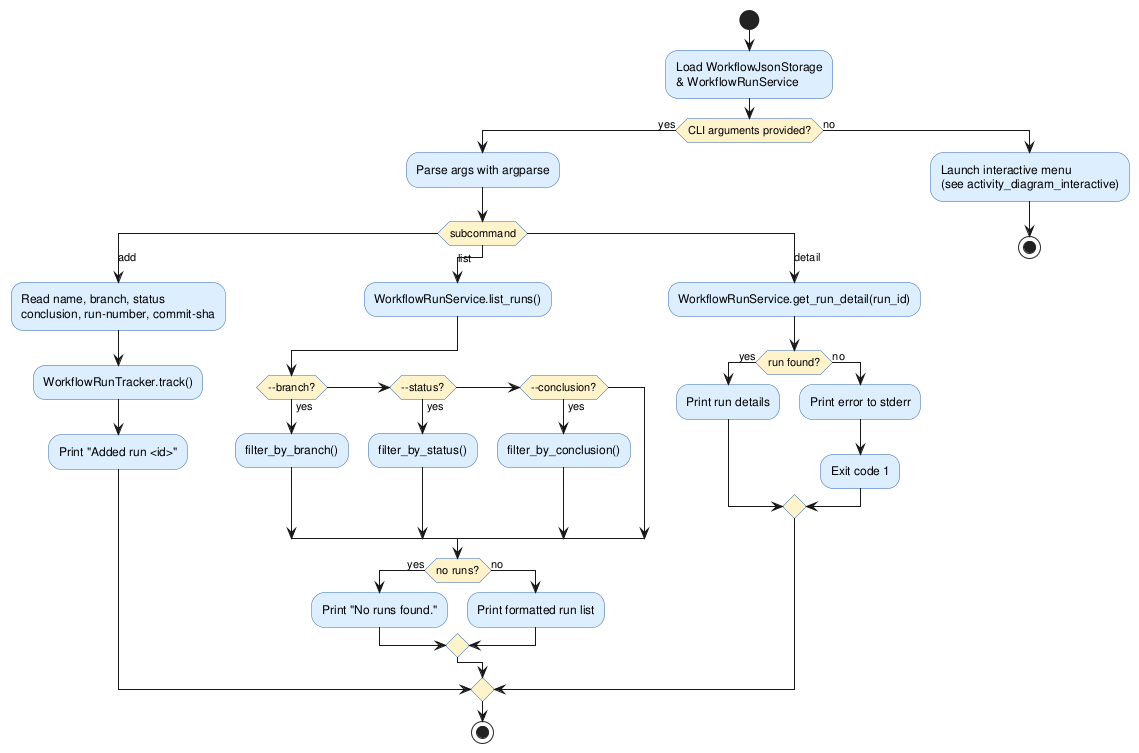
Before: experiments/pipeline/user_stories/github-workflow-manager/artifacts/activity_diagram_main.png, a diagram exported from PlantUML (DanielRiha8906/Software_autoevolution_using_agents).
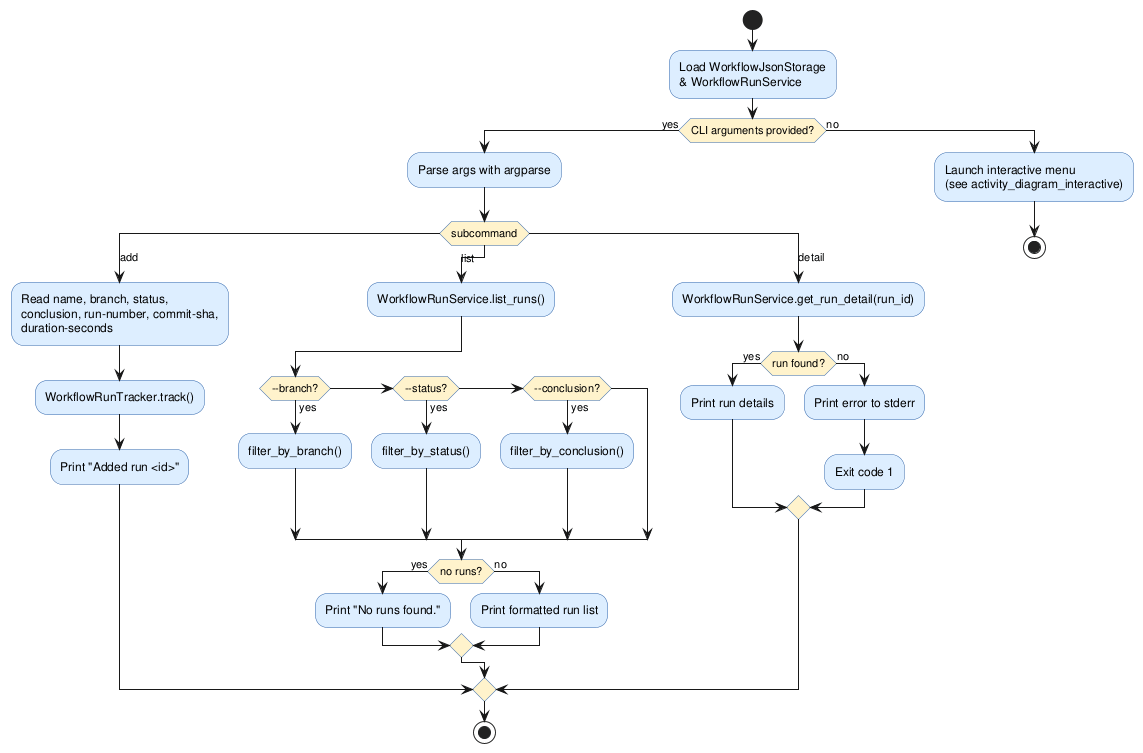
Above is the later version.

Diff of the diagram source:
```diff
@@ -13,7 +13,7 @@
   switch (subcommand)
 
     case (add)
-      :Read name, branch, status\nconclusion, run-number, commit-sha;
+      :Read name, branch, status,\nconclusion, run-number, commit-sha,\nduration-seconds;
       :WorkflowRunTracker.track();
       :Print "Added run <id>";
 
```
